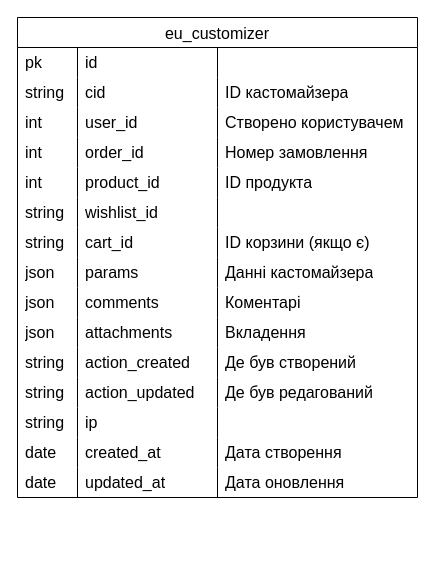
This is DB.drawio from alexdev5/wp-freecalc, a draw.io file, before an edit. Source tidied: cells renumbered, new cells numbered last; positions are measured from the earlier drawing's top-left corner, leaving out a move shared by most shapes. Both pictures are drawn from the tidied source at 100%, with x=0, y=0 at pixel (17, 17).
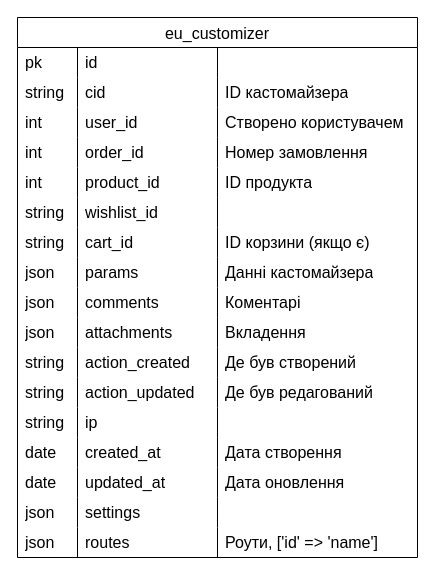
Above is the later version.

Change to the diagram source:
```diff
@@
     <mxCell id="2" value="eu_customizer" style="shape=table;startSize=30;childLayout=tableLayout;rowLines=0;fontStyle=0;strokeColor=default;fontSize=16;align=center;spacingLeft=0;" parent="1" vertex="1">
-      <mxGeometry width="400" height="480" as="geometry" />
+      <mxGeometry width="400" height="540" as="geometry" />
     </mxCell>
@@
+    <mxCell id="63" style="shape=tableRow;horizontal=0;startSize=0;swimlaneHead=0;swimlaneBody=0;top=0;left=0;bottom=0;right=0;fillColor=none;strokeColor=inherit;fontSize=16;align=left;spacingLeft=6;" parent="2" vertex="1">
+      <mxGeometry y="480" width="400" height="30" as="geometry" />
+    </mxCell>
+    <mxCell id="64" value="json" style="shape=partialRectangle;html=1;whiteSpace=wrap;fillColor=none;top=0;left=0;bottom=0;right=0;overflow=hidden;strokeColor=inherit;fontSize=16;align=left;spacingLeft=6;" parent="63" vertex="1">
+      <mxGeometry width="60" height="30" as="geometry" />
+    </mxCell>
+    <mxCell id="65" value="settings" style="shape=partialRectangle;html=1;whiteSpace=wrap;fillColor=none;top=0;left=0;bottom=0;right=0;align=left;spacingLeft=6;overflow=hidden;strokeColor=inherit;fontSize=16;" parent="63" vertex="1">
+      <mxGeometry x="60" width="140" height="30" as="geometry" />
+    </mxCell>
+    <mxCell id="66" style="shape=partialRectangle;html=1;whiteSpace=wrap;fillColor=none;top=0;left=0;bottom=0;right=0;align=left;spacingLeft=6;overflow=hidden;strokeColor=inherit;fontSize=16;" parent="63" vertex="1">
+      <mxGeometry x="200" width="200" height="30" as="geometry" />
+    </mxCell>
+    <mxCell id="67" style="shape=tableRow;horizontal=0;startSize=0;swimlaneHead=0;swimlaneBody=0;top=0;left=0;bottom=0;right=0;fillColor=none;strokeColor=inherit;fontSize=16;align=left;spacingLeft=6;" parent="2" vertex="1">
+      <mxGeometry y="510" width="400" height="30" as="geometry" />
+    </mxCell>
+    <mxCell id="68" value="json" style="shape=partialRectangle;html=1;whiteSpace=wrap;fillColor=none;top=0;left=0;bottom=0;right=0;overflow=hidden;strokeColor=inherit;fontSize=16;align=left;spacingLeft=6;" parent="67" vertex="1">
+      <mxGeometry width="60" height="30" as="geometry" />
+    </mxCell>
+    <mxCell id="69" value="routes" style="shape=partialRectangle;html=1;whiteSpace=wrap;fillColor=none;top=0;left=0;bottom=0;right=0;align=left;spacingLeft=6;overflow=hidden;strokeColor=inherit;fontSize=16;" parent="67" vertex="1">
+      <mxGeometry x="60" width="140" height="30" as="geometry" />
+    </mxCell>
+    <mxCell id="70" value="Роути, ['id' =&amp;gt; 'name']" style="shape=partialRectangle;html=1;whiteSpace=wrap;fillColor=none;top=0;left=0;bottom=0;right=0;align=left;spacingLeft=6;overflow=hidden;strokeColor=inherit;fontSize=16;" parent="67" vertex="1">
+      <mxGeometry x="200" width="200" height="30" as="geometry" />
+    </mxCell>
```
